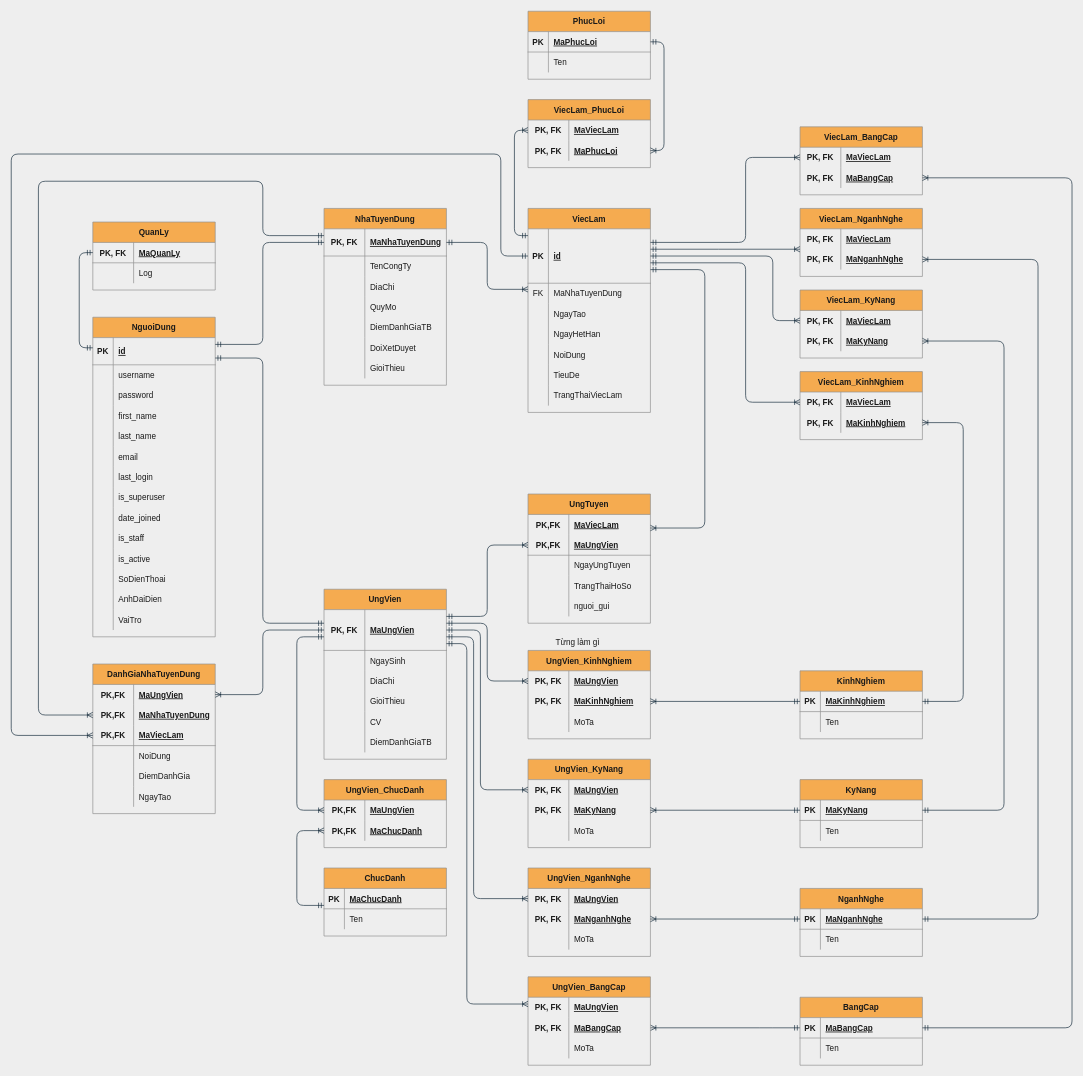
The draw.io diagram page "ERD" (1 of 2) of docs/db_design.drawio in quoctann/website-gioi-thieu-viec-lam, before the edit. Source tidied: cells renumbered, new cells numbered last; positions are measured from the earlier drawing's top-left corner, leaving out a move shared by most shapes. Both pictures are drawn from the tidied source at 68%, with x=0, y=0 at pixel (11, 11).
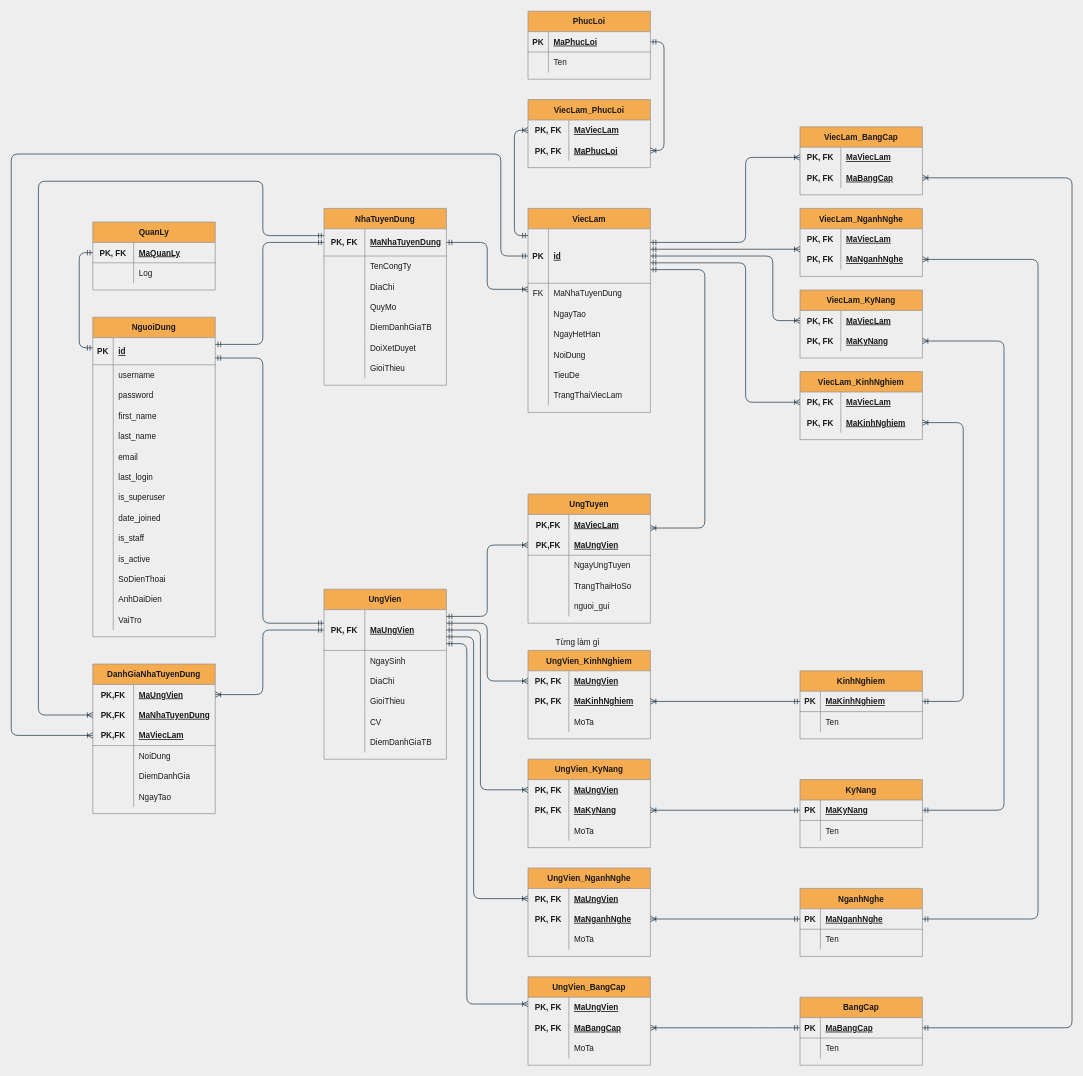
The same page after the edit.

Unchanged cells that the change refers to:
```xml
<mxCell id="75" style="shape=partialRectangle;fillColor=none;top=0;left=0;bottom=1;right=0;points=[[0,0.5],[1,0.5]];portConstraint=eastwest;strokeColor=#909090;fontColor=#1A1A1A;" parent="74" vertex="1">
  <mxGeometry y="30" width="180" height="60" as="geometry" />
</mxCell>
```

What changed in the source:
```diff
@@
-    <mxCell id="285" value="ChucDanh" style="shape=table;startSize=30;childLayout=tableLayout;rowLines=0;fontStyle=1;align=center;fillColor=#F5AB50;strokeColor=#909090;fontColor=#1A1A1A;" parent="1" vertex="1">
-      <mxGeometry x="460" y="1260" width="180" height="100" as="geometry" />
-    </mxCell>
-    <mxCell id="286" style="shape=partialRectangle;fillColor=none;top=0;left=0;bottom=1;right=0;points=[[0,0.5],[1,0.5]];portConstraint=eastwest;strokeColor=#909090;fontColor=#1A1A1A;" parent="285" vertex="1">
-      <mxGeometry y="30" width="180" height="30" as="geometry" />
-    </mxCell>
-    <mxCell id="287" value="PK" style="shape=partialRectangle;fillColor=none;top=0;left=0;bottom=0;right=0;fontStyle=1;overflow=hidden;strokeColor=#909090;fontColor=#1A1A1A;" parent="286" vertex="1">
-      <mxGeometry width="30" height="30" as="geometry" />
-    </mxCell>
-    <mxCell id="288" value="MaChucDanh" style="shape=partialRectangle;fillColor=none;top=0;left=0;bottom=0;right=0;align=left;spacingLeft=6;fontStyle=5;overflow=hidden;strokeColor=#909090;fontColor=#1A1A1A;" parent="286" vertex="1">
-      <mxGeometry x="30" width="150" height="30" as="geometry" />
-    </mxCell>
-    <mxCell id="289" style="shape=partialRectangle;fillColor=none;top=0;left=0;bottom=0;right=0;strokeColor=#909090;fontColor=#1A1A1A;" parent="285" vertex="1">
-      <mxGeometry y="60" width="180" height="30" as="geometry" />
-    </mxCell>
-    <mxCell id="290" style="shape=partialRectangle;fillColor=none;top=0;left=0;bottom=0;right=0;overflow=hidden;strokeColor=#909090;fontColor=#1A1A1A;" parent="289" vertex="1">
-      <mxGeometry width="30" height="30" as="geometry" />
-    </mxCell>
-    <mxCell id="291" value="Ten" style="shape=partialRectangle;fillColor=none;top=0;left=0;bottom=0;right=0;align=left;spacingLeft=6;overflow=hidden;strokeColor=#909090;fontColor=#1A1A1A;" parent="289" vertex="1">
-      <mxGeometry x="30" width="150" height="30" as="geometry" />
-    </mxCell>
-    <mxCell id="292" value="UngVien_ChucDanh" style="shape=table;startSize=30;childLayout=tableLayout;rowLines=0;fontStyle=1;align=center;columnLines=1;fillColor=#F5AB50;strokeColor=#909090;fontColor=#1A1A1A;" parent="1" vertex="1">
-      <mxGeometry x="460" y="1130" width="180" height="100" as="geometry" />
-    </mxCell>
-    <mxCell id="293" style="shape=partialRectangle;fillColor=none;top=0;left=0;bottom=0;right=0;points=[[0,0.5],[1,0.5]];portConstraint=eastwest;strokeColor=#909090;fontColor=#1A1A1A;" parent="292" vertex="1">
-      <mxGeometry y="30" width="180" height="30" as="geometry" />
-    </mxCell>
-    <mxCell id="294" value="PK,FK" style="shape=partialRectangle;fillColor=none;top=0;left=0;bottom=0;right=0;fontStyle=1;overflow=hidden;strokeColor=#909090;fontColor=#1A1A1A;" parent="293" vertex="1">
-      <mxGeometry width="60" height="30" as="geometry" />
-    </mxCell>
-    <mxCell id="295" value="MaUngVien" style="shape=partialRectangle;fillColor=none;top=0;left=0;bottom=0;right=0;align=left;spacingLeft=6;fontStyle=5;overflow=hidden;strokeColor=#909090;fontColor=#1A1A1A;" parent="293" vertex="1">
-      <mxGeometry x="60" width="120" height="30" as="geometry" />
-    </mxCell>
-    <mxCell id="296" style="shape=partialRectangle;fillColor=none;top=0;left=0;bottom=0;right=0;points=[[0,0.5],[1,0.5]];portConstraint=eastwest;strokeColor=#909090;fontColor=#1A1A1A;" parent="292" vertex="1">
-      <mxGeometry y="60" width="180" height="30" as="geometry" />
-    </mxCell>
-    <mxCell id="297" value="PK,FK" style="shape=partialRectangle;fillColor=none;top=0;left=0;bottom=0;right=0;fontStyle=1;overflow=hidden;strokeColor=#909090;fontColor=#1A1A1A;" parent="296" vertex="1">
-      <mxGeometry width="60" height="30" as="geometry" />
-    </mxCell>
-    <mxCell id="298" value="MaChucDanh" style="shape=partialRectangle;fillColor=none;top=0;left=0;bottom=0;right=0;align=left;spacingLeft=6;fontStyle=5;overflow=hidden;strokeColor=#909090;fontColor=#1A1A1A;" parent="296" vertex="1">
-      <mxGeometry x="60" width="120" height="30" as="geometry" />
-    </mxCell>
-    <mxCell id="299" style="edgeStyle=orthogonalEdgeStyle;rounded=1;jettySize=auto;html=1;startArrow=ERmandOne;startFill=0;endArrow=ERoneToMany;endFill=0;labelBackgroundColor=#EEEEEE;strokeColor=#182E3E;fontColor=#1A1A1A;" parent="1" edge="1" source="75" target="293">
-      <mxGeometry relative="1" as="geometry">
-        <Array as="points">
-          <mxPoint x="420" y="920" />
-          <mxPoint x="420" y="1175" />
-        </Array>
-      </mxGeometry>
-    </mxCell>
-    <mxCell id="300" style="edgeStyle=orthogonalEdgeStyle;rounded=1;jettySize=auto;html=1;startArrow=ERmandOne;startFill=0;endArrow=ERoneToMany;endFill=0;labelBackgroundColor=#EEEEEE;strokeColor=#182E3E;fontColor=#1A1A1A;" parent="1" edge="1" source="286" target="296">
-      <mxGeometry relative="1" as="geometry">
-        <Array as="points">
-          <mxPoint x="420" y="1315" />
-          <mxPoint x="420" y="1205" />
-        </Array>
-      </mxGeometry>
-    </mxCell>
```
